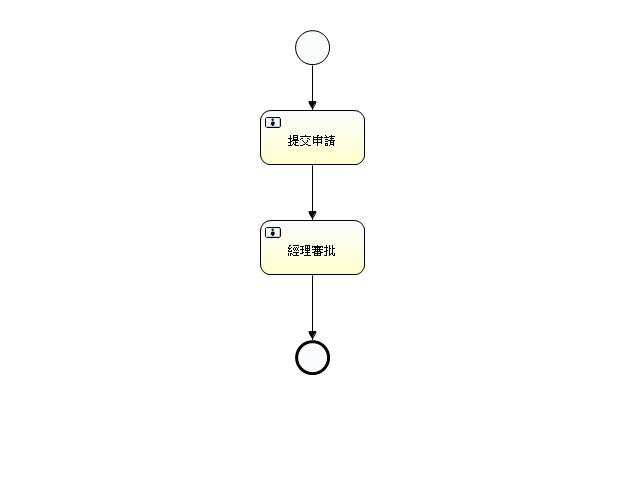
Earlier version of the BPMN export core-doc/TestProcess001.png (maltourky/bamboobsc). Its source is kept beside it as core-doc/TestProcess001.bpmn. Ids are renumbered. Its diagram source:
```xml
<definitions xmlns="http://www.omg.org/spec/BPMN/20100524/MODEL" xmlns:xsi="http://www.w3.org/2001/XMLSchema-instance" xmlns:xsd="http://www.w3.org/2001/XMLSchema" xmlns:activiti="http://activiti.org/bpmn" xmlns:bpmndi="http://www.omg.org/spec/BPMN/20100524/DI" xmlns:omgdc="http://www.omg.org/spec/DD/20100524/DC" xmlns:omgdi="http://www.omg.org/spec/DD/20100524/DI" typeLanguage="http://www.w3.org/2001/XMLSchema" expressionLanguage="http://www.w3.org/1999/XPath" targetNamespace="http://www.activiti.org/test">
  <process id="myProcess" name="My process" isExecutable="true">
    <startEvent id="startevent1" name="Start"></startEvent>
    <userTask id="usertask1" name="提交申請"></userTask>
    <sequenceFlow id="flow1" sourceRef="startevent1" targetRef="usertask1"></sequenceFlow>
    <userTask id="usertask2" name="經理審批"></userTask>
    <sequenceFlow id="flow2" sourceRef="usertask1" targetRef="usertask2"></sequenceFlow>
    <endEvent id="endevent1" name="End"></endEvent>
    <sequenceFlow id="flow3" sourceRef="usertask2" targetRef="endevent1"></sequenceFlow>
  </process>
  <bpmndi:BPMNDiagram id="BPMNDiagram_myProcess">
    <bpmndi:BPMNPlane bpmnElement="myProcess" id="BPMNPlane_myProcess">
      <bpmndi:BPMNShape bpmnElement="startevent1" id="BPMNShape_startevent1">
        <omgdc:Bounds height="35.0" width="35.0" x="295.0" y="30.0"></omgdc:Bounds>
      </bpmndi:BPMNShape>
      <bpmndi:BPMNShape bpmnElement="usertask1" id="BPMNShape_usertask1">
        <omgdc:Bounds height="55.0" width="105.0" x="260.0" y="110.0"></omgdc:Bounds>
      </bpmndi:BPMNShape>
      <bpmndi:BPMNShape bpmnElement="usertask2" id="BPMNShape_usertask2">
        <omgdc:Bounds height="55.0" width="105.0" x="260.0" y="220.0"></omgdc:Bounds>
      </bpmndi:BPMNShape>
      <bpmndi:BPMNShape bpmnElement="endevent1" id="BPMNShape_endevent1">
        <omgdc:Bounds height="35.0" width="35.0" x="295.0" y="340.0"></omgdc:Bounds>
      </bpmndi:BPMNShape>
      <bpmndi:BPMNEdge bpmnElement="flow1" id="BPMNEdge_flow1">
        <omgdi:waypoint x="312.0" y="65.0"></omgdi:waypoint>
        <omgdi:waypoint x="312.0" y="110.0"></omgdi:waypoint>
      </bpmndi:BPMNEdge>
      <bpmndi:BPMNEdge bpmnElement="flow2" id="BPMNEdge_flow2">
        <omgdi:waypoint x="312.0" y="165.0"></omgdi:waypoint>
        <omgdi:waypoint x="312.0" y="220.0"></omgdi:waypoint>
      </bpmndi:BPMNEdge>
      <bpmndi:BPMNEdge bpmnElement="flow3" id="BPMNEdge_flow3">
        <omgdi:waypoint x="312.0" y="275.0"></omgdi:waypoint>
        <omgdi:waypoint x="312.0" y="340.0"></omgdi:waypoint>
      </bpmndi:BPMNEdge>
    </bpmndi:BPMNPlane>
  </bpmndi:BPMNDiagram>
</definitions>
```
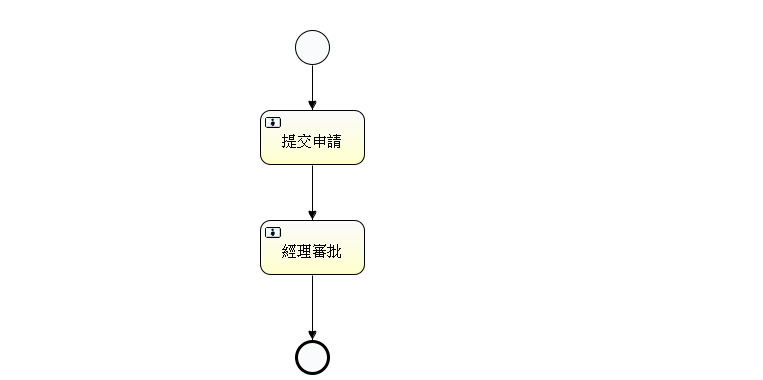
The same diagram one commit later.

Change to the diagram source:
```diff
@@ -1,9 +1,9 @@
 <definitions xmlns="http://www.omg.org/spec/BPMN/20100524/MODEL" xmlns:xsi="http://www.w3.org/2001/XMLSchema-instance" xmlns:xsd="http://www.w3.org/2001/XMLSchema" xmlns:activiti="http://activiti.org/bpmn" xmlns:bpmndi="http://www.omg.org/spec/BPMN/20100524/DI" xmlns:omgdc="http://www.omg.org/spec/DD/20100524/DC" xmlns:omgdi="http://www.omg.org/spec/DD/20100524/DI" typeLanguage="http://www.w3.org/2001/XMLSchema" expressionLanguage="http://www.w3.org/1999/XPath" targetNamespace="http://www.activiti.org/test">
   <process id="myProcess" name="My process" isExecutable="true">
     <startEvent id="startevent1" name="Start"></startEvent>
-    <userTask id="usertask1" name="提交申請"></userTask>
+    <userTask id="usertask1" name="提交申請" activiti:formKey="GO_FINAL_ADUIT"></userTask>
     <sequenceFlow id="flow1" sourceRef="startevent1" targetRef="usertask1"></sequenceFlow>
-    <userTask id="usertask2" name="經理審批"></userTask>
+    <userTask id="usertask2" name="經理審批" activiti:formKey="SUCCESS_FINAL_ADUIT"></userTask>
     <sequenceFlow id="flow2" sourceRef="usertask1" targetRef="usertask2"></sequenceFlow>
     <endEvent id="endevent1" name="End"></endEvent>
     <sequenceFlow id="flow3" sourceRef="usertask2" targetRef="endevent1"></sequenceFlow>
```
